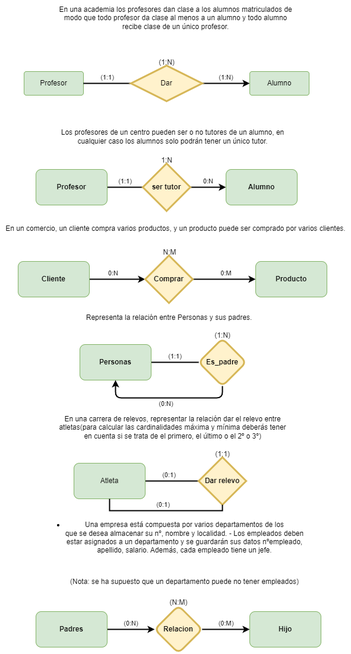
Angel-L-G/Base-Datos keeps this draw.io diagram as tareas base de datos/Actividades_Esquemas/Actividades_Esquemas/ejercicio_1.drawio.png. Above is the earlier version. Source tidied: cells renumbered, new cells last; positions are measured from the earlier drawing's top-left corner, leaving out a move shared by most shapes.
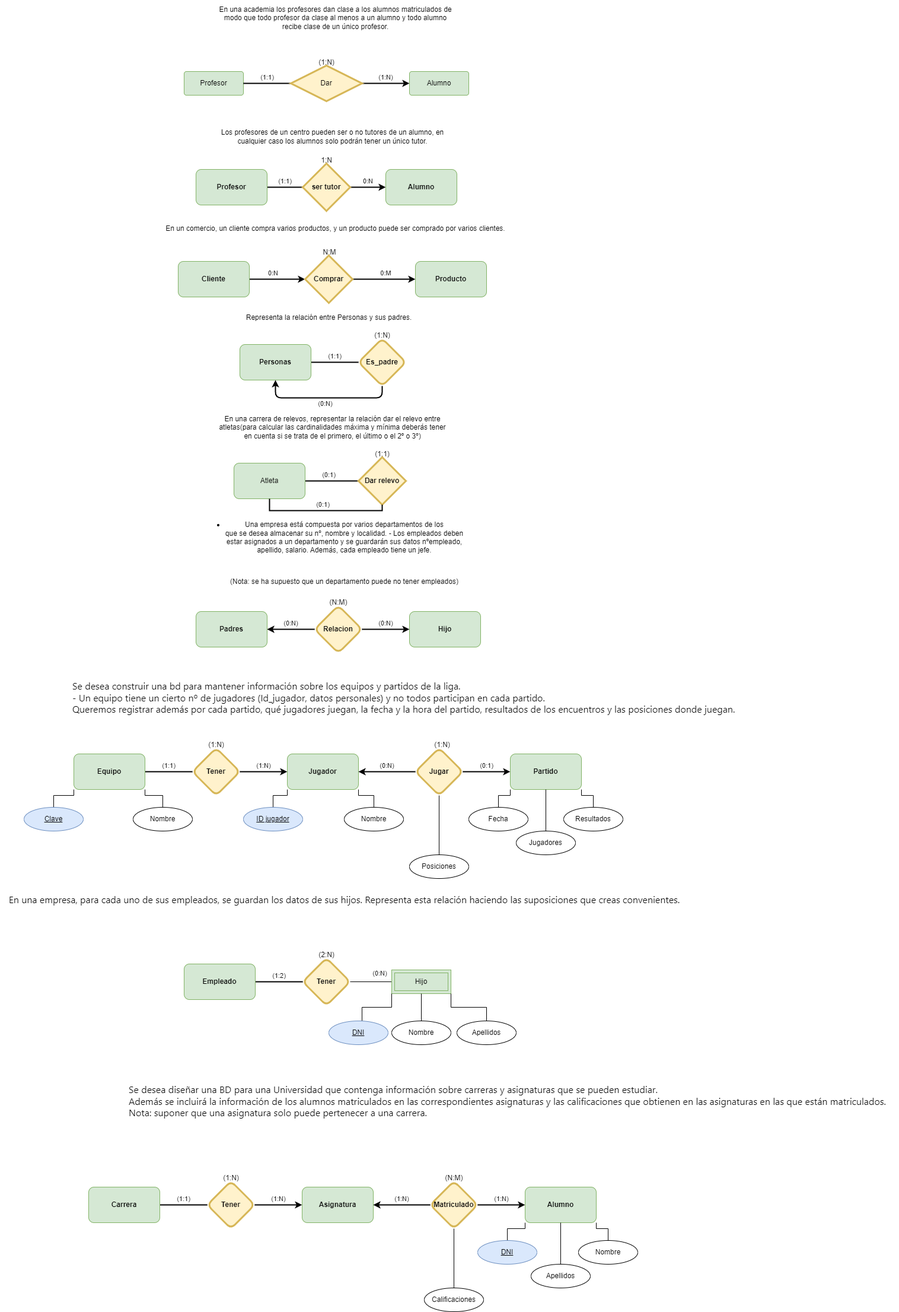
Above is the later version.

What changed in the source:
```diff
@@ -101,7 +101,7 @@
     <mxCell id="34" value="(1:1)" style="text;html=1;align=center;verticalAlign=middle;strokeColor=none;fillColor=none;fontColor=#000000;" parent="1" vertex="1">
       <mxGeometry x="349" y="750" width="50" height="30" as="geometry" />
     </mxCell>
-    <mxCell id="35" value="(0:N)" style="edgeStyle=orthogonalEdgeStyle;rounded=1;jettySize=auto;html=1;entryX=0;entryY=0.5;entryDx=0;entryDy=0;endArrow=classic;endFill=1;fillColor=#e1d5e7;strokeColor=#000000;strokeWidth=2;fontColor=#000000;" parent="1" edge="1" source="36" target="39">
+    <mxCell id="35" value="(0:N)" style="edgeStyle=orthogonalEdgeStyle;rounded=1;jettySize=auto;html=1;entryX=0;entryY=0.5;entryDx=0;entryDy=0;endArrow=none;endFill=0;fillColor=#e1d5e7;strokeColor=#000000;strokeWidth=2;fontColor=#000000;startArrow=classic;startFill=1;" parent="1" edge="1" source="36" target="39">
       <mxGeometry y="10" relative="1" as="geometry" />
     </mxCell>
     <mxCell id="36" value="&lt;b&gt;Padres&lt;/b&gt;" style="rounded=1;whiteSpace=wrap;html=1;fillColor=#d5e8d4;strokeColor=#82b366;" parent="1" vertex="1">
@@ -110,7 +110,7 @@
     <mxCell id="37" value="&lt;b&gt;Hijo&lt;/b&gt;" style="rounded=1;whiteSpace=wrap;html=1;fillColor=#d5e8d4;strokeColor=#82b366;" parent="1" vertex="1">
       <mxGeometry x="420" y="1030" width="120" height="60" as="geometry" />
     </mxCell>
-    <mxCell id="38" value="(0:M)" style="edgeStyle=orthogonalEdgeStyle;rounded=1;jettySize=auto;html=1;entryX=0;entryY=0.5;entryDx=0;entryDy=0;endArrow=classic;endFill=1;strokeWidth=2;fillColor=#e1d5e7;strokeColor=#000000;fontColor=#000000;" parent="1" edge="1" source="39" target="37">
+    <mxCell id="38" value="(0:N)" style="edgeStyle=orthogonalEdgeStyle;rounded=1;jettySize=auto;html=1;entryX=0;entryY=0.5;entryDx=0;entryDy=0;endArrow=classic;endFill=1;strokeWidth=2;fillColor=#e1d5e7;strokeColor=#000000;fontColor=#000000;" parent="1" edge="1" source="39" target="37">
       <mxGeometry y="10" relative="1" as="geometry">
         <Array as="points">
           <mxPoint x="380" y="1060" />
@@ -127,5 +127,218 @@
     <mxCell id="41" value="(N:M)" style="text;html=1;align=center;verticalAlign=middle;strokeColor=none;fillColor=none;fontColor=#000000;" parent="1" vertex="1">
       <mxGeometry x="275" y="1000" width="50" height="30" as="geometry" />
     </mxCell>
+    <mxCell id="42" value="&lt;span style=&quot;font-family: -apple-system, BlinkMacSystemFont, &amp;quot;Segoe UI&amp;quot;, Helvetica, Arial, sans-serif, &amp;quot;Apple Color Emoji&amp;quot;, &amp;quot;Segoe UI Emoji&amp;quot;; font-size: 16px;&quot;&gt;Se desea construir una bd para mantener información sobre los equipos y partidos de la liga. &lt;br&gt;- Un equipo tiene un cierto nº de jugadores (Id_jugador, datos personales) y no todos participan en cada partido. &lt;br&gt;Queremos registrar además por cada partido, qué jugadores juegan, la fecha y la hora del partido, resultados de los encuentros y las posiciones donde juegan.&lt;/span&gt;" style="text;html=1;align=left;verticalAlign=middle;strokeColor=none;fillColor=none;fontColor=#000000;" parent="1" vertex="1">
+      <mxGeometry x="-150" y="1140" width="1140" height="70" as="geometry" />
+    </mxCell>
+    <mxCell id="43" value="(1:1)" style="edgeStyle=orthogonalEdgeStyle;rounded=1;jettySize=auto;html=1;entryX=0;entryY=0.5;entryDx=0;entryDy=0;endArrow=none;endFill=0;fillColor=#e1d5e7;strokeColor=#000000;strokeWidth=2;fontColor=#000000;" parent="1" edge="1" source="44" target="47">
+      <mxGeometry y="10" relative="1" as="geometry" />
+    </mxCell>
+    <mxCell id="44" value="&lt;b&gt;Equipo&lt;/b&gt;" style="rounded=1;whiteSpace=wrap;html=1;fillColor=#d5e8d4;strokeColor=#82b366;" parent="1" vertex="1">
+      <mxGeometry x="-146" y="1270" width="120" height="60" as="geometry" />
+    </mxCell>
+    <mxCell id="45" value="&lt;b&gt;Jugador&lt;/b&gt;" style="rounded=1;whiteSpace=wrap;html=1;fillColor=#d5e8d4;strokeColor=#82b366;" parent="1" vertex="1">
+      <mxGeometry x="214" y="1270" width="120" height="60" as="geometry" />
+    </mxCell>
+    <mxCell id="46" value="(1:N)" style="edgeStyle=orthogonalEdgeStyle;rounded=1;jettySize=auto;html=1;entryX=0;entryY=0.5;entryDx=0;entryDy=0;endArrow=classic;endFill=1;strokeWidth=2;fillColor=#e1d5e7;strokeColor=#000000;fontColor=#000000;" parent="1" edge="1" source="47" target="45">
+      <mxGeometry y="10" relative="1" as="geometry">
+        <Array as="points">
+          <mxPoint x="174" y="1300" />
+          <mxPoint x="174" y="1300" />
+        </Array>
+      </mxGeometry>
+    </mxCell>
+    <mxCell id="47" value="&lt;b&gt;Tener&lt;/b&gt;" style="rhombus;whiteSpace=wrap;html=1;rounded=1;fillColor=#fff2cc;strokeColor=#d6b656;strokeWidth=3;" parent="1" vertex="1">
+      <mxGeometry x="54" y="1260" width="80" height="80" as="geometry" />
+    </mxCell>
+    <mxCell id="48" value="(0:N)" style="edgeStyle=orthogonalEdgeStyle;rounded=1;jettySize=auto;html=1;entryX=0;entryY=0.5;entryDx=0;entryDy=0;endArrow=none;endFill=0;fillColor=#e1d5e7;strokeColor=#000000;strokeWidth=2;fontColor=#000000;exitX=1;exitY=0.5;exitDx=0;exitDy=0;startArrow=classic;startFill=1;" parent="1" edge="1" source="45" target="51">
+      <mxGeometry y="10" relative="1" as="geometry" />
+    </mxCell>
+    <mxCell id="49" value="&lt;b&gt;Partido&lt;/b&gt;" style="rounded=1;whiteSpace=wrap;html=1;fillColor=#d5e8d4;strokeColor=#82b366;" parent="1" vertex="1">
+      <mxGeometry x="590" y="1270" width="120" height="60" as="geometry" />
+    </mxCell>
+    <mxCell id="50" value="(0:1)" style="edgeStyle=orthogonalEdgeStyle;rounded=1;jettySize=auto;html=1;entryX=0;entryY=0.5;entryDx=0;entryDy=0;endArrow=classic;endFill=1;strokeWidth=2;fillColor=#e1d5e7;strokeColor=#000000;fontColor=#000000;" parent="1" edge="1" source="51" target="49">
+      <mxGeometry y="10" relative="1" as="geometry">
+        <Array as="points">
+          <mxPoint x="550" y="1300" />
+          <mxPoint x="550" y="1300" />
+        </Array>
+      </mxGeometry>
+    </mxCell>
+    <mxCell id="51" value="&lt;b&gt;Jugar&lt;/b&gt;" style="rhombus;whiteSpace=wrap;html=1;rounded=1;fillColor=#fff2cc;strokeColor=#d6b656;strokeWidth=3;" parent="1" vertex="1">
+      <mxGeometry x="430" y="1260" width="80" height="80" as="geometry" />
+    </mxCell>
+    <mxCell id="52" style="edgeStyle=orthogonalEdgeStyle;rounded=0;jettySize=auto;html=1;entryX=0;entryY=1;entryDx=0;entryDy=0;strokeColor=#000000;fontColor=#000000;endArrow=none;endFill=0;" parent="1" edge="1" source="53" target="44">
+      <mxGeometry relative="1" as="geometry" />
+    </mxCell>
+    <mxCell id="53" value="Clave" style="ellipse;whiteSpace=wrap;html=1;align=center;fontStyle=4;labelBackgroundColor=none;fillColor=#dae8fc;strokeColor=#6c8ebf;" parent="1" vertex="1">
+      <mxGeometry x="-230" y="1360" width="100" height="40" as="geometry" />
+    </mxCell>
+    <mxCell id="54" style="edgeStyle=orthogonalEdgeStyle;rounded=0;jettySize=auto;html=1;entryX=1;entryY=1;entryDx=0;entryDy=0;strokeColor=#000000;fontColor=#000000;endArrow=none;endFill=0;" parent="1" edge="1" source="55" target="44">
+      <mxGeometry relative="1" as="geometry" />
+    </mxCell>
+    <mxCell id="55" value="Nombre" style="ellipse;whiteSpace=wrap;html=1;align=center;labelBackgroundColor=none;fontColor=#000000;" parent="1" vertex="1">
+      <mxGeometry x="-46" y="1360" width="100" height="40" as="geometry" />
+    </mxCell>
+    <mxCell id="56" value="(1:N)" style="text;html=1;align=center;verticalAlign=middle;strokeColor=none;fillColor=none;fontColor=#000000;labelBackgroundColor=none;" parent="1" vertex="1">
+      <mxGeometry x="69" y="1240" width="50" height="30" as="geometry" />
+    </mxCell>
+    <mxCell id="57" style="edgeStyle=orthogonalEdgeStyle;rounded=0;jettySize=auto;html=1;entryX=0;entryY=1;entryDx=0;entryDy=0;strokeColor=#000000;fontColor=#000000;endArrow=none;endFill=0;" parent="1" edge="1" source="58" target="45">
+      <mxGeometry relative="1" as="geometry" />
+    </mxCell>
+    <mxCell id="58" value="ID jugador" style="ellipse;whiteSpace=wrap;html=1;align=center;fontStyle=4;labelBackgroundColor=none;fillColor=#dae8fc;strokeColor=#6c8ebf;" parent="1" vertex="1">
+      <mxGeometry x="140" y="1360" width="100" height="40" as="geometry" />
+    </mxCell>
+    <mxCell id="59" style="edgeStyle=orthogonalEdgeStyle;rounded=0;jettySize=auto;html=1;entryX=1;entryY=1;entryDx=0;entryDy=0;strokeColor=#000000;fontColor=#000000;endArrow=none;endFill=0;" parent="1" edge="1" source="60" target="45">
+      <mxGeometry relative="1" as="geometry" />
+    </mxCell>
+    <mxCell id="60" value="Nombre" style="ellipse;whiteSpace=wrap;html=1;align=center;labelBackgroundColor=none;fontColor=#000000;" parent="1" vertex="1">
+      <mxGeometry x="310" y="1360" width="100" height="40" as="geometry" />
+    </mxCell>
+    <mxCell id="61" style="edgeStyle=orthogonalEdgeStyle;rounded=0;jettySize=auto;html=1;strokeColor=#000000;fontColor=#000000;endArrow=none;endFill=0;" parent="1" edge="1" source="62" target="51">
+      <mxGeometry relative="1" as="geometry" />
+    </mxCell>
+    <mxCell id="62" value="Posiciones" style="ellipse;whiteSpace=wrap;html=1;align=center;labelBackgroundColor=none;fontColor=#000000;" parent="1" vertex="1">
+      <mxGeometry x="420" y="1440" width="100" height="40" as="geometry" />
+    </mxCell>
+    <mxCell id="63" style="edgeStyle=orthogonalEdgeStyle;rounded=0;jettySize=auto;html=1;entryX=1;entryY=1;entryDx=0;entryDy=0;strokeColor=#000000;fontColor=#000000;endArrow=none;endFill=0;" parent="1" edge="1" source="64" target="49">
+      <mxGeometry relative="1" as="geometry" />
+    </mxCell>
+    <mxCell id="64" value="Resultados" style="ellipse;whiteSpace=wrap;html=1;align=center;labelBackgroundColor=none;fontColor=#000000;" parent="1" vertex="1">
+      <mxGeometry x="680" y="1360" width="100" height="40" as="geometry" />
+    </mxCell>
+    <mxCell id="65" style="edgeStyle=orthogonalEdgeStyle;rounded=0;jettySize=auto;html=1;strokeColor=#000000;fontColor=#000000;endArrow=none;endFill=0;" parent="1" edge="1" source="66" target="49">
+      <mxGeometry relative="1" as="geometry" />
+    </mxCell>
+    <mxCell id="66" value="Jugadores" style="ellipse;whiteSpace=wrap;html=1;align=center;labelBackgroundColor=none;fontColor=#000000;" parent="1" vertex="1">
+      <mxGeometry x="600" y="1400" width="100" height="40" as="geometry" />
+    </mxCell>
+    <mxCell id="67" style="edgeStyle=orthogonalEdgeStyle;rounded=0;jettySize=auto;html=1;entryX=0;entryY=1;entryDx=0;entryDy=0;strokeColor=#000000;fontColor=#000000;endArrow=none;endFill=0;" parent="1" edge="1" source="68" target="49">
+      <mxGeometry relative="1" as="geometry" />
+    </mxCell>
+    <mxCell id="68" value="Fecha" style="ellipse;whiteSpace=wrap;html=1;align=center;labelBackgroundColor=none;fontColor=#000000;" parent="1" vertex="1">
+      <mxGeometry x="520" y="1360" width="100" height="40" as="geometry" />
+    </mxCell>
+    <mxCell id="69" value="(1:N)" style="text;html=1;align=center;verticalAlign=middle;strokeColor=none;fillColor=none;fontColor=#000000;" parent="1" vertex="1">
+      <mxGeometry x="450" y="1240" width="50" height="30" as="geometry" />
+    </mxCell>
+    <mxCell id="70" value="&lt;span style=&quot;font-family: -apple-system, BlinkMacSystemFont, &amp;quot;Segoe UI&amp;quot;, Helvetica, Arial, sans-serif, &amp;quot;Apple Color Emoji&amp;quot;, &amp;quot;Segoe UI Emoji&amp;quot;; font-size: 16px; text-align: start;&quot;&gt;En una empresa, para cada uno de sus empleados, se guardan los datos de sus hijos. Representa esta relación haciendo las suposiciones que creas convenientes.&lt;/span&gt;" style="text;html=1;align=center;verticalAlign=middle;strokeColor=none;fillColor=none;fontColor=#000000;" parent="1" vertex="1">
+      <mxGeometry x="-270" y="1500" width="1160" height="30" as="geometry" />
+    </mxCell>
+    <mxCell id="71" value="(1:2)" style="edgeStyle=orthogonalEdgeStyle;rounded=1;jettySize=auto;html=1;entryX=0;entryY=0.5;entryDx=0;entryDy=0;endArrow=none;endFill=0;fillColor=#e1d5e7;strokeColor=#000000;strokeWidth=2;fontColor=#000000;" parent="1" edge="1" source="72" target="74">
+      <mxGeometry y="10" relative="1" as="geometry" />
+    </mxCell>
+    <mxCell id="72" value="&lt;b&gt;Empleado&lt;/b&gt;" style="rounded=1;whiteSpace=wrap;html=1;fillColor=#d5e8d4;strokeColor=#82b366;" parent="1" vertex="1">
+      <mxGeometry x="40" y="1624" width="120" height="60" as="geometry" />
+    </mxCell>
+    <mxCell id="73" value="(0:N)" style="edgeStyle=orthogonalEdgeStyle;rounded=0;jettySize=auto;html=1;entryX=0;entryY=0.5;entryDx=0;entryDy=0;strokeColor=#000000;fontColor=#000000;startArrow=none;startFill=0;endArrow=none;endFill=0;" parent="1" edge="1" source="74" target="76">
+      <mxGeometry x="0.43" y="14" relative="1" as="geometry" />
+    </mxCell>
+    <mxCell id="74" value="&lt;b&gt;Tener&lt;/b&gt;" style="rhombus;whiteSpace=wrap;html=1;rounded=1;fillColor=#fff2cc;strokeColor=#d6b656;strokeWidth=3;" parent="1" vertex="1">
+      <mxGeometry x="240" y="1614" width="80" height="80" as="geometry" />
+    </mxCell>
+    <mxCell id="75" value="(2:N)" style="text;html=1;align=center;verticalAlign=middle;strokeColor=none;fillColor=none;fontColor=#000000;labelBackgroundColor=none;" parent="1" vertex="1">
+      <mxGeometry x="255" y="1594" width="50" height="30" as="geometry" />
+    </mxCell>
+    <mxCell id="76" value="Hijo" style="shape=ext;margin=3;double=1;whiteSpace=wrap;html=1;align=center;labelBackgroundColor=none;fillColor=#d5e8d4;strokeColor=#82b366;" parent="1" vertex="1">
+      <mxGeometry x="390" y="1634" width="100" height="40" as="geometry" />
+    </mxCell>
+    <mxCell id="77" style="edgeStyle=orthogonalEdgeStyle;rounded=0;jettySize=auto;html=1;entryX=0;entryY=1;entryDx=0;entryDy=0;strokeColor=#000000;fontColor=#000000;startArrow=none;startFill=0;endArrow=none;endFill=0;" parent="1" edge="1" source="78" target="76">
+      <mxGeometry relative="1" as="geometry">
+        <Array as="points">
+          <mxPoint x="340" y="1697" />
+          <mxPoint x="390" y="1697" />
+        </Array>
+      </mxGeometry>
+    </mxCell>
+    <mxCell id="78" value="DNI" style="ellipse;whiteSpace=wrap;html=1;align=center;fontStyle=4;labelBackgroundColor=none;fillColor=#dae8fc;strokeColor=#6c8ebf;" parent="1" vertex="1">
+      <mxGeometry x="284" y="1720" width="100" height="40" as="geometry" />
+    </mxCell>
+    <mxCell id="79" style="edgeStyle=orthogonalEdgeStyle;rounded=0;jettySize=auto;html=1;entryX=1;entryY=1;entryDx=0;entryDy=0;strokeColor=#000000;fontColor=#000000;startArrow=none;startFill=0;endArrow=none;endFill=0;" parent="1" edge="1" source="80" target="76">
+      <mxGeometry relative="1" as="geometry">
+        <Array as="points">
+          <mxPoint x="550" y="1697" />
+          <mxPoint x="490" y="1697" />
+        </Array>
+      </mxGeometry>
+    </mxCell>
+    <mxCell id="80" value="Apellidos" style="ellipse;whiteSpace=wrap;html=1;align=center;labelBackgroundColor=none;fontColor=#000000;" parent="1" vertex="1">
+      <mxGeometry x="500" y="1720" width="100" height="40" as="geometry" />
+    </mxCell>
+    <mxCell id="81" style="edgeStyle=orthogonalEdgeStyle;rounded=0;jettySize=auto;html=1;entryX=0.5;entryY=1;entryDx=0;entryDy=0;strokeColor=#000000;fontColor=#000000;startArrow=none;startFill=0;endArrow=none;endFill=0;" parent="1" edge="1" source="82" target="76">
+      <mxGeometry relative="1" as="geometry" />
+    </mxCell>
+    <mxCell id="82" value="Nombre" style="ellipse;whiteSpace=wrap;html=1;align=center;labelBackgroundColor=none;fontColor=#000000;" parent="1" vertex="1">
+      <mxGeometry x="390" y="1720" width="100" height="40" as="geometry" />
+    </mxCell>
+    <mxCell id="83" value="(1:1)" style="edgeStyle=orthogonalEdgeStyle;rounded=1;jettySize=auto;html=1;entryX=0;entryY=0.5;entryDx=0;entryDy=0;endArrow=none;endFill=0;fillColor=#e1d5e7;strokeColor=#000000;strokeWidth=2;fontColor=#000000;" parent="1" edge="1" source="84" target="87">
+      <mxGeometry y="10" relative="1" as="geometry" />
+    </mxCell>
+    <mxCell id="84" value="&lt;b&gt;Carrera&lt;/b&gt;" style="rounded=1;whiteSpace=wrap;html=1;fillColor=#d5e8d4;strokeColor=#82b366;" parent="1" vertex="1">
+      <mxGeometry x="-121" y="2000" width="120" height="60" as="geometry" />
+    </mxCell>
+    <mxCell id="85" value="&lt;b&gt;Asignatura&lt;/b&gt;" style="rounded=1;whiteSpace=wrap;html=1;fillColor=#d5e8d4;strokeColor=#82b366;" parent="1" vertex="1">
+      <mxGeometry x="239" y="2000" width="120" height="60" as="geometry" />
+    </mxCell>
+    <mxCell id="86" value="(1:N)" style="edgeStyle=orthogonalEdgeStyle;rounded=1;jettySize=auto;html=1;entryX=0;entryY=0.5;entryDx=0;entryDy=0;endArrow=classic;endFill=1;strokeWidth=2;fillColor=#e1d5e7;strokeColor=#000000;fontColor=#000000;" parent="1" edge="1" source="87" target="85">
+      <mxGeometry y="10" relative="1" as="geometry">
+        <Array as="points">
+          <mxPoint x="199" y="2030" />
+          <mxPoint x="199" y="2030" />
+        </Array>
+      </mxGeometry>
+    </mxCell>
+    <mxCell id="87" value="&lt;b&gt;Tener&lt;/b&gt;" style="rhombus;whiteSpace=wrap;html=1;rounded=1;fillColor=#fff2cc;strokeColor=#d6b656;strokeWidth=3;" parent="1" vertex="1">
+      <mxGeometry x="79" y="1990" width="80" height="80" as="geometry" />
+    </mxCell>
+    <mxCell id="88" value="(1:N)" style="edgeStyle=orthogonalEdgeStyle;rounded=1;jettySize=auto;html=1;entryX=0;entryY=0.5;entryDx=0;entryDy=0;endArrow=none;endFill=0;fillColor=#e1d5e7;strokeColor=#000000;strokeWidth=2;fontColor=#000000;exitX=1;exitY=0.5;exitDx=0;exitDy=0;startArrow=classic;startFill=1;" parent="1" edge="1" source="85" target="91">
+      <mxGeometry y="10" relative="1" as="geometry" />
+    </mxCell>
+    <mxCell id="89" value="&lt;b&gt;Alumno&lt;/b&gt;" style="rounded=1;whiteSpace=wrap;html=1;fillColor=#d5e8d4;strokeColor=#82b366;" parent="1" vertex="1">
+      <mxGeometry x="615" y="2000" width="120" height="60" as="geometry" />
+    </mxCell>
+    <mxCell id="90" value="(1:N)" style="edgeStyle=orthogonalEdgeStyle;rounded=1;jettySize=auto;html=1;entryX=0;entryY=0.5;entryDx=0;entryDy=0;endArrow=classic;endFill=1;strokeWidth=2;fillColor=#e1d5e7;strokeColor=#000000;fontColor=#000000;" parent="1" edge="1" source="91" target="89">
+      <mxGeometry y="10" relative="1" as="geometry">
+        <Array as="points">
+          <mxPoint x="575" y="2030" />
+          <mxPoint x="575" y="2030" />
+        </Array>
+      </mxGeometry>
+    </mxCell>
+    <mxCell id="91" value="&lt;b&gt;Matriculado&lt;/b&gt;" style="rhombus;whiteSpace=wrap;html=1;rounded=1;fillColor=#fff2cc;strokeColor=#d6b656;strokeWidth=3;" parent="1" vertex="1">
+      <mxGeometry x="455" y="1990" width="80" height="80" as="geometry" />
+    </mxCell>
+    <mxCell id="92" value="(1:N)" style="text;html=1;align=center;verticalAlign=middle;strokeColor=none;fillColor=none;fontColor=#000000;labelBackgroundColor=none;" parent="1" vertex="1">
+      <mxGeometry x="94" y="1970" width="50" height="30" as="geometry" />
+    </mxCell>
+    <mxCell id="93" style="edgeStyle=orthogonalEdgeStyle;rounded=0;jettySize=auto;html=1;strokeColor=#000000;fontColor=#000000;endArrow=none;endFill=0;" parent="1" edge="1" source="94" target="91">
+      <mxGeometry relative="1" as="geometry" />
+    </mxCell>
+    <mxCell id="94" value="Calificaciones" style="ellipse;whiteSpace=wrap;html=1;align=center;labelBackgroundColor=none;fontColor=#000000;" parent="1" vertex="1">
+      <mxGeometry x="445" y="2170" width="100" height="40" as="geometry" />
+    </mxCell>
+    <mxCell id="95" style="edgeStyle=orthogonalEdgeStyle;rounded=0;jettySize=auto;html=1;entryX=1;entryY=1;entryDx=0;entryDy=0;strokeColor=#000000;fontColor=#000000;endArrow=none;endFill=0;" parent="1" edge="1" source="96" target="89">
+      <mxGeometry relative="1" as="geometry" />
+    </mxCell>
+    <mxCell id="96" value="Nombre" style="ellipse;whiteSpace=wrap;html=1;align=center;labelBackgroundColor=none;fontColor=#000000;" parent="1" vertex="1">
+      <mxGeometry x="705" y="2090" width="100" height="40" as="geometry" />
+    </mxCell>
+    <mxCell id="97" style="edgeStyle=orthogonalEdgeStyle;rounded=0;jettySize=auto;html=1;strokeColor=#000000;fontColor=#000000;endArrow=none;endFill=0;" parent="1" edge="1" source="98" target="89">
+      <mxGeometry relative="1" as="geometry" />
+    </mxCell>
+    <mxCell id="98" value="Apellidos" style="ellipse;whiteSpace=wrap;html=1;align=center;labelBackgroundColor=none;fontColor=#000000;" parent="1" vertex="1">
+      <mxGeometry x="625" y="2130" width="100" height="40" as="geometry" />
+    </mxCell>
+    <mxCell id="99" style="edgeStyle=orthogonalEdgeStyle;rounded=0;jettySize=auto;html=1;entryX=0;entryY=1;entryDx=0;entryDy=0;strokeColor=#000000;fontColor=#000000;endArrow=none;endFill=0;" parent="1" edge="1" source="102" target="89">
+      <mxGeometry relative="1" as="geometry" />
+    </mxCell>
+    <mxCell id="100" value="(N:M)" style="text;html=1;align=center;verticalAlign=middle;strokeColor=none;fillColor=none;fontColor=#000000;" parent="1" vertex="1">
+      <mxGeometry x="470" y="1970" width="50" height="30" as="geometry" />
+    </mxCell>
+    <mxCell id="101" value="&lt;span style=&quot;font-family: -apple-system, BlinkMacSystemFont, &amp;quot;Segoe UI&amp;quot;, Helvetica, Arial, sans-serif, &amp;quot;Apple Color Emoji&amp;quot;, &amp;quot;Segoe UI Emoji&amp;quot;; font-size: 16px;&quot;&gt;Se desea diseñar una BD para una Universidad que contenga información sobre carreras y asignaturas que se pueden estudiar. &lt;br&gt;Además se incluirá la información de los alumnos matriculados en las correspondientes asignaturas y las calificaciones que obtienen en las asignaturas en las que están matriculados. &lt;br&gt;Nota: suponer que una asignatura solo puede pertenecer a una carrera.&lt;/span&gt;" style="text;html=1;align=left;verticalAlign=middle;strokeColor=none;fillColor=none;fontColor=#000000;" parent="1" vertex="1">
+      <mxGeometry x="-55" y="1820" width="1300" height="70" as="geometry" />
+    </mxCell>
+    <mxCell id="102" value="DNI" style="ellipse;whiteSpace=wrap;html=1;align=center;fontStyle=4;labelBackgroundColor=none;fillColor=#dae8fc;strokeColor=#6c8ebf;" parent="1" vertex="1">
+      <mxGeometry x="535" y="2090" width="100" height="40" as="geometry" />
+    </mxCell>
   </root>
 </mxGraphModel>
```
